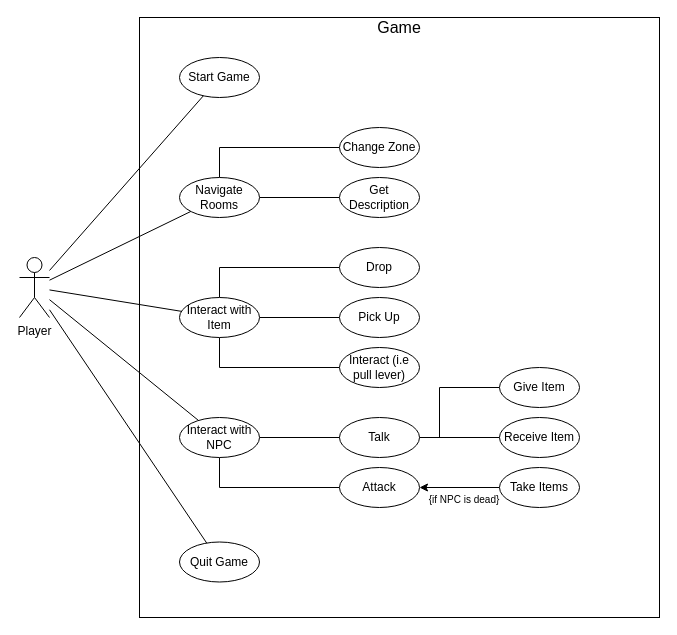
This is page "Use-Case" (1 of 3) of Diagrams/Legends of Antir Diagrams.drawio from qogoist/LegendsOfAntir, a draw.io file, before an edit. Source tidied: cells renumbered, new cells numbered last; positions are measured from the earlier drawing's top-left corner, leaving out a move shared by most shapes. Both pictures are drawn from the tidied source at 100%, with x=0, y=0 at pixel (19, 17).
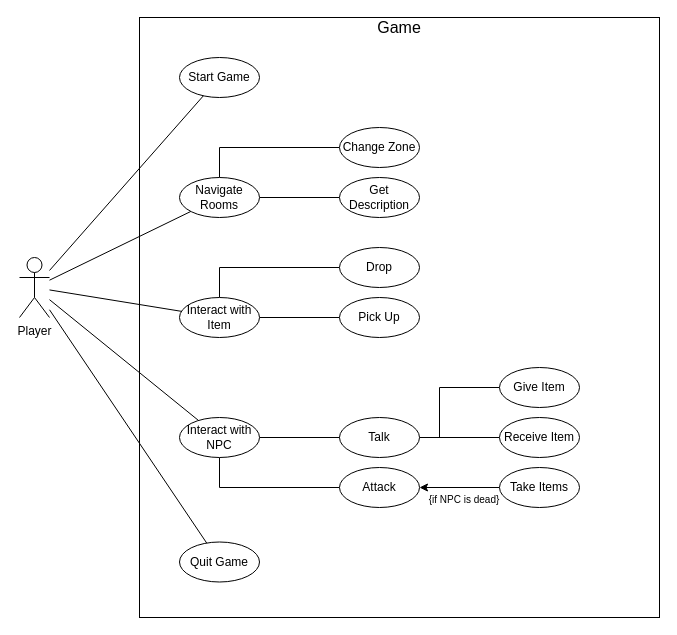
Above is the later version.

Unchanged cells that the change refers to:
```xml
<mxCell id="12" value="Interact with Item" style="ellipse;whiteSpace=wrap;html=1;" parent="1" vertex="1">
  <mxGeometry x="160" y="280" width="80" height="40" as="geometry" />
</mxCell>
```

Diff of the diagram source:
```diff
@@
-    <mxCell id="11" style="edgeStyle=orthogonalEdgeStyle;rounded=0;jettySize=auto;html=1;fontSize=16;endArrow=none;endFill=0;" parent="1" edge="1" source="12" target="24">
-      <mxGeometry relative="1" as="geometry">
-        <Array as="points">
-          <mxPoint x="200" y="350" />
-        </Array>
-      </mxGeometry>
-    </mxCell>
@@
-    <mxCell id="24" value="Interact (i.e pull lever)" style="ellipse;whiteSpace=wrap;html=1;" parent="1" vertex="1">
-      <mxGeometry x="320" y="330" width="80" height="40" as="geometry" />
-    </mxCell>
```
